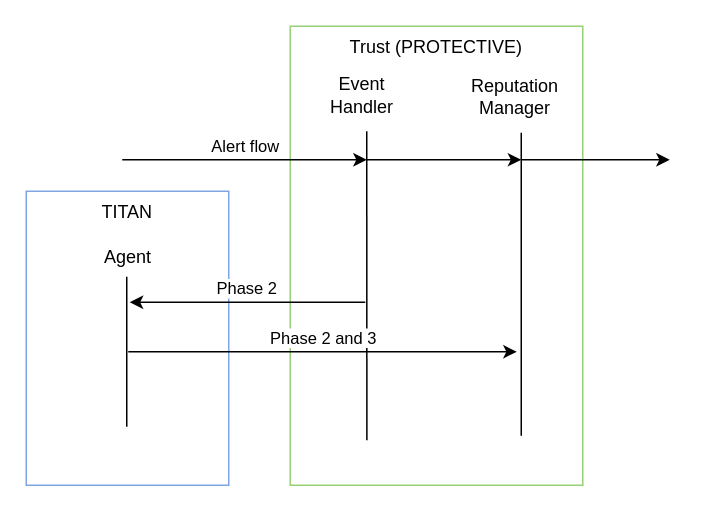
Before: Alert flow.drawio in Albert-W/Draw_io, a draw.io diagram. Source tidied: cells renumbered, new cells numbered last; positions are measured from the earlier drawing's top-left corner, leaving out a move shared by most shapes. Both pictures are drawn from the tidied source at 150%, with x=0, y=0 at pixel (26, 26).
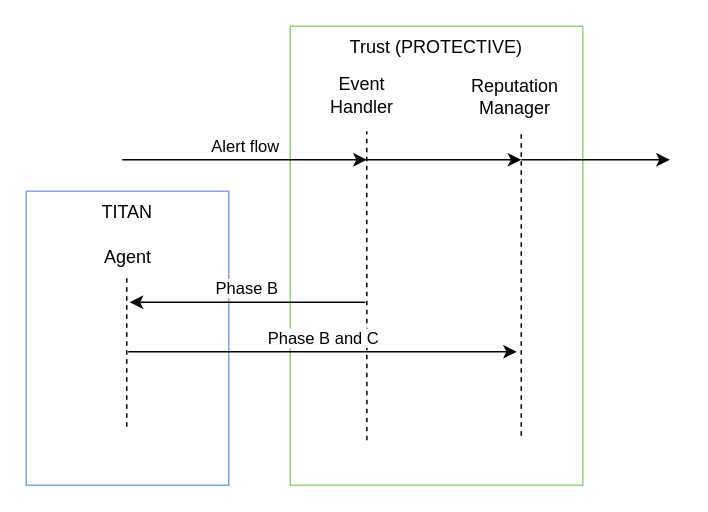
The same diagram, later.

Unchanged cells that the change refers to:
```xml
<mxCell id="2" value="Trust (PROTECTIVE)" style="rounded=0;whiteSpace=wrap;html=1;verticalAlign=top;strokeColor=#97D077;" parent="1" vertex="1">
  <mxGeometry x="176" width="195" height="306" as="geometry" />
</mxCell>
```

Change to the diagram source:
```diff
@@
-    <mxCell id="3" style="endArrow=none;html=1;exitX=0.262;exitY=0.902;exitDx=0;exitDy=0;exitPerimeter=0;" parent="1" edge="1" source="2">
+    <mxCell id="3" style="endArrow=none;html=1;exitX=0.262;exitY=0.902;exitDx=0;exitDy=0;exitPerimeter=0;dashed=1;" parent="1" edge="1" source="2">
       <mxGeometry relative="1" as="geometry">
         <mxPoint x="227" y="70" as="targetPoint" />
       </mxGeometry>
     </mxCell>
-    <mxCell id="4" style="endArrow=none;html=1;" parent="1" edge="1">
+    <mxCell id="4" style="endArrow=none;html=1;dashed=1;" parent="1" edge="1">
       <mxGeometry relative="1" as="geometry">
         <mxPoint x="330" y="273" as="sourcePoint" />
         <mxPoint x="330" y="71" as="targetPoint" />
       </mxGeometry>
     </mxCell>
@@
-    <mxCell id="11" style="endArrow=none;html=1;" parent="1" edge="1">
+    <mxCell id="11" style="endArrow=none;html=1;dashed=1;" parent="1" edge="1">
       <mxGeometry relative="1" as="geometry">
         <mxPoint x="67" y="267" as="sourcePoint" />
         <mxPoint x="67" y="167" as="targetPoint" />
       </mxGeometry>
     </mxCell>
@@
-    <mxCell id="13" value="Phase 2" style="endArrow=classic;html=1;verticalAlign=bottom;" parent="1" edge="1">
+    <mxCell id="13" value="Phase B" style="endArrow=classic;html=1;verticalAlign=bottom;" parent="1" edge="1">
       <mxGeometry relative="1" as="geometry">
         <mxPoint x="226" y="184" as="sourcePoint" />
         <mxPoint x="69" y="184" as="targetPoint" />
       </mxGeometry>
     </mxCell>
-    <mxCell id="14" value="Phase 2 and 3" style="endArrow=classic;html=1;verticalAlign=bottom;" parent="1" edge="1">
+    <mxCell id="14" value="Phase B and C" style="endArrow=classic;html=1;verticalAlign=bottom;" parent="1" edge="1">
       <mxGeometry relative="1" as="geometry">
         <mxPoint x="68" y="217" as="sourcePoint" />
         <mxPoint x="327" y="217" as="targetPoint" />
       </mxGeometry>
     </mxCell>
```
